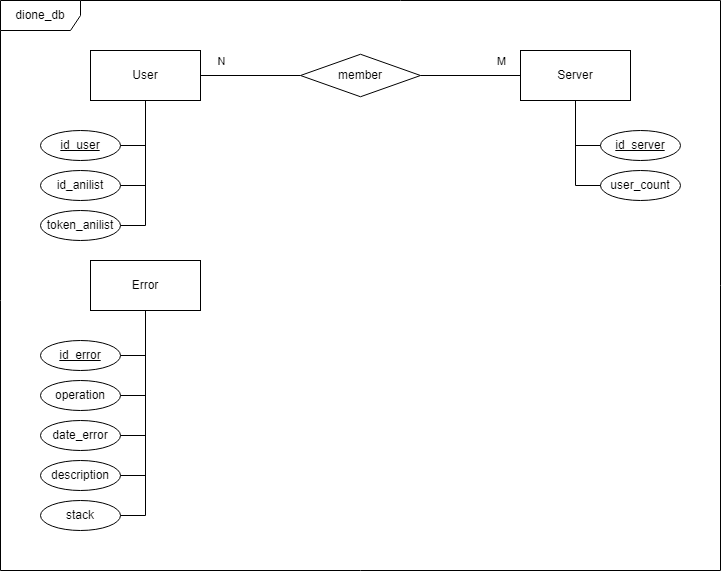
degetmateo/dione-db keeps this draw.io diagram as der_dione_db.png. Above is the earlier version. Source tidied: cells renumbered, new cells last; positions are measured from the earlier drawing's top-left corner, leaving out a move shared by most shapes.
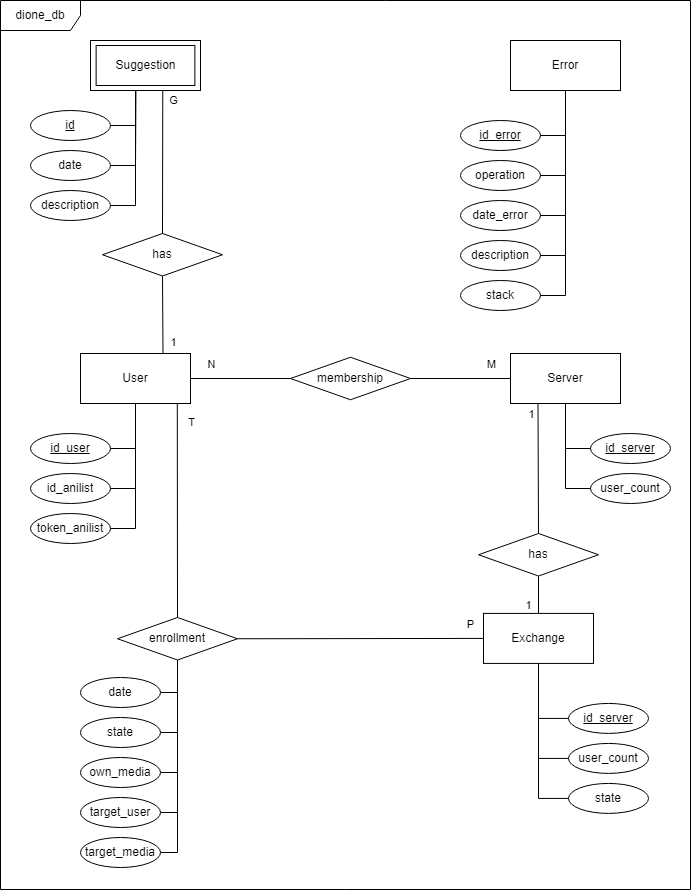
The same file after the commit.

Commit message:
table suggestion, function insert_suggestion, function get_timestamp

Change to the diagram source:
```diff
@@ -2,7 +2,7 @@
   <root>
     <mxCell id="0" />
     <mxCell id="1" parent="0" />
-    <mxCell id="2" value="User" style="html=1;whiteSpace=wrap;" parent="1" vertex="1">
+    <mxCell id="2" value="User" style="html=1;whiteSpace=wrap;points=[[0,0,0,0,0],[0,0.25,0,0,0],[0,0.5,0,0,0],[0,0.75,0,0,0],[0,1,0,0,0],[0.13,1,0,0,0],[0.25,0,0,0,0],[0.25,1,0,0,0],[0.38,1,0,0,0],[0.5,0,0,0,0],[0.5,1,0,0,0],[0.63,1,0,0,0],[0.75,0,0,0,0],[0.75,1,0,0,0],[0.88,1,0,0,0],[1,0,0,0,0],[1,0.25,0,0,0],[1,0.5,0,0,0],[1,0.75,0,0,0],[1,1,0,0,0]];" parent="1" vertex="1">
       <mxGeometry x="90" y="50" width="110" height="50" as="geometry" />
     </mxCell>
     <mxCell id="3" value="Server" style="html=1;whiteSpace=wrap;" parent="1" vertex="1">
@@ -28,7 +28,7 @@
         <mxPoint x="12" y="-15" as="offset" />
       </mxGeometry>
     </mxCell>
-    <mxCell id="10" value="member" style="rhombus;whiteSpace=wrap;html=1;" parent="1" vertex="1">
+    <mxCell id="10" value="membership" style="rhombus;whiteSpace=wrap;html=1;" parent="1" vertex="1">
       <mxGeometry x="300" y="53.8" width="120" height="42.5" as="geometry" />
     </mxCell>
     <mxCell id="11" style="endArrow=none;html=1;rounded=0;entryX=1;entryY=0.5;entryDx=0;entryDy=0;exitX=0;exitY=0.5;exitDx=0;exitDy=0;" parent="1" edge="1" source="3" target="10">
@@ -54,58 +54,58 @@
       </mxGeometry>
     </mxCell>
     <mxCell id="15" value="Error" style="html=1;whiteSpace=wrap;" parent="1" vertex="1">
-      <mxGeometry x="90" y="260" width="110" height="50" as="geometry" />
+      <mxGeometry x="520" y="-263" width="110" height="50" as="geometry" />
     </mxCell>
     <mxCell id="16" value="&lt;u&gt;id_error&lt;/u&gt;" style="ellipse;html=1;whiteSpace=wrap;" parent="1" vertex="1">
-      <mxGeometry x="40" y="340" width="80" height="30" as="geometry" />
+      <mxGeometry x="470" y="-183" width="80" height="30" as="geometry" />
     </mxCell>
     <mxCell id="17" value="operation" style="ellipse;html=1;whiteSpace=wrap;" parent="1" vertex="1">
-      <mxGeometry x="40" y="380" width="80" height="30" as="geometry" />
+      <mxGeometry x="470" y="-143" width="80" height="30" as="geometry" />
     </mxCell>
     <mxCell id="18" value="date_error" style="ellipse;html=1;whiteSpace=wrap;" parent="1" vertex="1">
-      <mxGeometry x="40" y="420" width="80" height="30" as="geometry" />
+      <mxGeometry x="470" y="-103" width="80" height="30" as="geometry" />
     </mxCell>
     <mxCell id="19" value="description" style="ellipse;html=1;whiteSpace=wrap;" parent="1" vertex="1">
-      <mxGeometry x="40" y="460" width="80" height="30" as="geometry" />
+      <mxGeometry x="470" y="-63" width="80" height="30" as="geometry" />
     </mxCell>
     <mxCell id="20" style="endArrow=none;html=1;rounded=0;entryX=0.5;entryY=1;entryDx=0;entryDy=0;exitX=1;exitY=0.5;exitDx=0;exitDy=0;" parent="1" edge="1" source="16" target="15">
       <mxGeometry relative="1" as="geometry">
         <Array as="points">
-          <mxPoint x="145" y="355" />
+          <mxPoint x="575" y="-168" />
         </Array>
       </mxGeometry>
     </mxCell>
     <mxCell id="21" style="endArrow=none;html=1;rounded=0;entryX=0.5;entryY=1;entryDx=0;entryDy=0;exitX=1;exitY=0.5;exitDx=0;exitDy=0;" parent="1" edge="1" source="17" target="15">
       <mxGeometry relative="1" as="geometry">
         <Array as="points">
-          <mxPoint x="145" y="395" />
+          <mxPoint x="575" y="-128" />
         </Array>
       </mxGeometry>
     </mxCell>
     <mxCell id="22" style="endArrow=none;html=1;rounded=0;entryX=0.5;entryY=1;entryDx=0;entryDy=0;exitX=1;exitY=0.5;exitDx=0;exitDy=0;" parent="1" edge="1" source="18" target="15">
       <mxGeometry relative="1" as="geometry">
         <Array as="points">
-          <mxPoint x="145" y="435" />
+          <mxPoint x="575" y="-88" />
         </Array>
       </mxGeometry>
     </mxCell>
     <mxCell id="23" style="endArrow=none;html=1;rounded=0;entryX=0.5;entryY=1;entryDx=0;entryDy=0;exitX=1;exitY=0.5;exitDx=0;exitDy=0;" parent="1" edge="1" source="19" target="15">
       <mxGeometry relative="1" as="geometry">
         <Array as="points">
-          <mxPoint x="145" y="475" />
+          <mxPoint x="575" y="-48" />
         </Array>
       </mxGeometry>
     </mxCell>
     <mxCell id="24" value="dione_db" style="shape=umlFrame;whiteSpace=wrap;html=1;width=80;height=30;" parent="1" vertex="1">
-      <mxGeometry width="720" height="570" as="geometry" />
+      <mxGeometry x="10" y="-303" width="690" height="889" as="geometry" />
     </mxCell>
     <mxCell id="25" value="stack" style="ellipse;html=1;whiteSpace=wrap;" parent="1" vertex="1">
-      <mxGeometry x="40" y="500" width="80" height="30" as="geometry" />
+      <mxGeometry x="470" y="-23" width="80" height="30" as="geometry" />
     </mxCell>
     <mxCell id="26" style="endArrow=none;html=1;rounded=0;exitX=0.5;exitY=1;exitDx=0;exitDy=0;entryX=1;entryY=0.5;entryDx=0;entryDy=0;" parent="1" edge="1" source="15" target="25">
       <mxGeometry relative="1" as="geometry">
         <Array as="points">
-          <mxPoint x="145" y="515" />
+          <mxPoint x="575" y="-8" />
         </Array>
       </mxGeometry>
     </mxCell>
@@ -133,5 +133,184 @@
         </Array>
       </mxGeometry>
     </mxCell>
+    <mxCell id="31" value="Exchange" style="html=1;whiteSpace=wrap;" parent="1" vertex="1">
+      <mxGeometry x="493" y="309.9" width="110" height="50" as="geometry" />
+    </mxCell>
+    <mxCell id="32" style="endArrow=none;html=1;rounded=0;entryX=0.25;entryY=1;entryDx=0;entryDy=0;exitX=0.5;exitY=0;exitDx=0;exitDy=0;" parent="1" edge="1" source="41" target="3">
+      <mxGeometry relative="1" as="geometry" />
+    </mxCell>
+    <mxCell id="33" value="1" style="edgeLabel;html=1;align=center;verticalAlign=middle;" parent="32" vertex="1">
+      <mxGeometry x="0.88" y="2" relative="1" as="geometry">
+        <mxPoint x="-5" y="2" as="offset" />
+      </mxGeometry>
+    </mxCell>
+    <mxCell id="34" style="endArrow=none;html=1;rounded=0;entryX=0.5;entryY=1;entryDx=0;entryDy=0;exitX=0.5;exitY=0;exitDx=0;exitDy=0;" parent="1" edge="1" source="31" target="41">
+      <mxGeometry relative="1" as="geometry" />
+    </mxCell>
+    <mxCell id="35" value="1" style="edgeLabel;html=1;align=center;verticalAlign=middle;" parent="34" vertex="1">
+      <mxGeometry x="-0.54" y="2" relative="1" as="geometry">
+        <mxPoint x="-9" as="offset" />
+      </mxGeometry>
+    </mxCell>
+    <mxCell id="36" value="enrollment" style="rhombus;whiteSpace=wrap;html=1;" parent="1" vertex="1">
+      <mxGeometry x="127" y="314" width="120" height="42.5" as="geometry" />
+    </mxCell>
+    <mxCell id="37" style="endArrow=none;html=1;rounded=0;entryX=0.88;entryY=1;entryDx=0;entryDy=0;exitX=0.5;exitY=0;exitDx=0;exitDy=0;entryPerimeter=0;" parent="1" edge="1" source="36" target="2">
+      <mxGeometry relative="1" as="geometry" />
+    </mxCell>
+    <mxCell id="38" value="T" style="edgeLabel;html=1;align=center;verticalAlign=middle;" parent="37" vertex="1">
+      <mxGeometry x="0.6" y="3" relative="1" as="geometry">
+        <mxPoint x="16" y="-24" as="offset" />
+      </mxGeometry>
+    </mxCell>
+    <mxCell id="39" style="endArrow=none;html=1;rounded=0;entryX=1;entryY=0.5;entryDx=0;entryDy=0;exitX=0;exitY=0.5;exitDx=0;exitDy=0;" parent="1" edge="1" source="31" target="36">
+      <mxGeometry relative="1" as="geometry" />
+    </mxCell>
+    <mxCell id="40" value="P" style="edgeLabel;html=1;align=center;verticalAlign=middle;" parent="39" vertex="1">
+      <mxGeometry x="-0.83" y="-1" relative="1" as="geometry">
+        <mxPoint x="8" y="-14" as="offset" />
+      </mxGeometry>
+    </mxCell>
+    <mxCell id="41" value="has" style="rhombus;whiteSpace=wrap;html=1;" parent="1" vertex="1">
+      <mxGeometry x="488" y="230" width="120" height="42.5" as="geometry" />
+    </mxCell>
+    <mxCell id="42" value="&lt;u&gt;id_server&lt;/u&gt;" style="ellipse;html=1;whiteSpace=wrap;" parent="1" vertex="1">
+      <mxGeometry x="578" y="399.9" width="80" height="30" as="geometry" />
+    </mxCell>
+    <mxCell id="43" value="user_count" style="ellipse;html=1;whiteSpace=wrap;" parent="1" vertex="1">
+      <mxGeometry x="578" y="439.9" width="80" height="30" as="geometry" />
+    </mxCell>
+    <mxCell id="44" value="state" style="ellipse;html=1;whiteSpace=wrap;" parent="1" vertex="1">
+      <mxGeometry x="578" y="479.9" width="80" height="30" as="geometry" />
+    </mxCell>
+    <mxCell id="45" style="endArrow=none;html=1;rounded=0;entryX=0.5;entryY=1;entryDx=0;entryDy=0;exitX=0;exitY=0.5;exitDx=0;exitDy=0;" parent="1" edge="1" source="42" target="31">
+      <mxGeometry relative="1" as="geometry">
+        <Array as="points">
+          <mxPoint x="548" y="414.9" />
+        </Array>
+      </mxGeometry>
+    </mxCell>
+    <mxCell id="46" style="endArrow=none;html=1;rounded=0;entryX=0.5;entryY=1;entryDx=0;entryDy=0;exitX=0;exitY=0.5;exitDx=0;exitDy=0;" parent="1" edge="1" source="43" target="31">
+      <mxGeometry relative="1" as="geometry">
+        <Array as="points">
+          <mxPoint x="548" y="454.9" />
+        </Array>
+      </mxGeometry>
+    </mxCell>
+    <mxCell id="47" style="endArrow=none;html=1;rounded=0;entryX=0.5;entryY=1;entryDx=0;entryDy=0;exitX=0;exitY=0.5;exitDx=0;exitDy=0;" parent="1" edge="1" source="44" target="31">
+      <mxGeometry relative="1" as="geometry">
+        <Array as="points">
+          <mxPoint x="548" y="494.9" />
+        </Array>
+      </mxGeometry>
+    </mxCell>
+    <mxCell id="48" value="date" style="ellipse;html=1;whiteSpace=wrap;" parent="1" vertex="1">
+      <mxGeometry x="90" y="374" width="80" height="30" as="geometry" />
+    </mxCell>
+    <mxCell id="49" value="state" style="ellipse;html=1;whiteSpace=wrap;" parent="1" vertex="1">
+      <mxGeometry x="90" y="414" width="80" height="30" as="geometry" />
+    </mxCell>
+    <mxCell id="50" value="target_user" style="ellipse;html=1;whiteSpace=wrap;" parent="1" vertex="1">
+      <mxGeometry x="90" y="494" width="80" height="30" as="geometry" />
+    </mxCell>
+    <mxCell id="51" value="target_media" style="ellipse;html=1;whiteSpace=wrap;" parent="1" vertex="1">
+      <mxGeometry x="90" y="534" width="80" height="30" as="geometry" />
+    </mxCell>
+    <mxCell id="52" value="own_media" style="ellipse;html=1;whiteSpace=wrap;" parent="1" vertex="1">
+      <mxGeometry x="90" y="454" width="80" height="30" as="geometry" />
+    </mxCell>
+    <mxCell id="53" style="endArrow=none;html=1;rounded=0;entryX=0.5;entryY=1;entryDx=0;entryDy=0;exitX=1;exitY=0.5;exitDx=0;exitDy=0;" parent="1" edge="1" source="48" target="36">
+      <mxGeometry relative="1" as="geometry">
+        <Array as="points">
+          <mxPoint x="187" y="389" />
+        </Array>
+      </mxGeometry>
+    </mxCell>
+    <mxCell id="54" style="endArrow=none;html=1;rounded=0;entryX=0.5;entryY=1;entryDx=0;entryDy=0;exitX=1;exitY=0.5;exitDx=0;exitDy=0;" parent="1" edge="1" source="49" target="36">
+      <mxGeometry relative="1" as="geometry">
+        <Array as="points">
+          <mxPoint x="187" y="429" />
+        </Array>
+      </mxGeometry>
+    </mxCell>
+    <mxCell id="55" style="endArrow=none;html=1;rounded=0;entryX=0.5;entryY=1;entryDx=0;entryDy=0;exitX=1;exitY=0.5;exitDx=0;exitDy=0;" parent="1" edge="1" source="52" target="36">
+      <mxGeometry relative="1" as="geometry">
+        <Array as="points">
+          <mxPoint x="187" y="469" />
+        </Array>
+      </mxGeometry>
+    </mxCell>
+    <mxCell id="56" style="endArrow=none;html=1;rounded=0;entryX=0.5;entryY=1;entryDx=0;entryDy=0;exitX=1;exitY=0.5;exitDx=0;exitDy=0;" parent="1" edge="1" source="50" target="36">
+      <mxGeometry relative="1" as="geometry">
+        <Array as="points">
+          <mxPoint x="187" y="509" />
+        </Array>
+      </mxGeometry>
+    </mxCell>
+    <mxCell id="57" style="endArrow=none;html=1;rounded=0;entryX=0.5;entryY=1;entryDx=0;entryDy=0;exitX=1;exitY=0.5;exitDx=0;exitDy=0;" parent="1" edge="1" source="51" target="36">
+      <mxGeometry relative="1" as="geometry">
+        <Array as="points">
+          <mxPoint x="187" y="549" />
+        </Array>
+      </mxGeometry>
+    </mxCell>
+    <mxCell id="58" value="has" style="rhombus;whiteSpace=wrap;html=1;" parent="1" vertex="1">
+      <mxGeometry x="112" y="-70" width="120" height="42.5" as="geometry" />
+    </mxCell>
+    <mxCell id="59" style="endArrow=none;html=1;rounded=0;entryX=0.5;entryY=1;entryDx=0;entryDy=0;exitX=0.75;exitY=0;exitDx=0;exitDy=0;exitPerimeter=0;" parent="1" edge="1" source="2" target="58">
+      <mxGeometry relative="1" as="geometry" />
+    </mxCell>
+    <mxCell id="60" value="1" style="edgeLabel;html=1;align=center;verticalAlign=middle;" parent="59" vertex="1">
+      <mxGeometry x="-0.68" y="2" relative="1" as="geometry">
+        <mxPoint x="12" y="1" as="offset" />
+      </mxGeometry>
+    </mxCell>
+    <mxCell id="61" style="endArrow=none;html=1;rounded=0;entryX=0.657;entryY=1.001;entryDx=0;entryDy=0;entryPerimeter=0;exitX=0.5;exitY=0;exitDx=0;exitDy=0;" parent="1" edge="1" source="58" target="69">
+      <mxGeometry relative="1" as="geometry" />
+    </mxCell>
+    <mxCell id="62" value="G" style="edgeLabel;html=1;align=center;verticalAlign=middle;" parent="61" vertex="1">
+      <mxGeometry x="0.75" y="2" relative="1" as="geometry">
+        <mxPoint x="12" y="-8" as="offset" />
+      </mxGeometry>
+    </mxCell>
+    <mxCell id="63" value="&lt;u&gt;id&lt;/u&gt;" style="ellipse;html=1;whiteSpace=wrap;" parent="1" vertex="1">
+      <mxGeometry x="40" y="-193" width="80" height="30" as="geometry" />
+    </mxCell>
+    <mxCell id="64" value="description" style="ellipse;html=1;whiteSpace=wrap;" parent="1" vertex="1">
+      <mxGeometry x="40" y="-113" width="80" height="30" as="geometry" />
+    </mxCell>
+    <mxCell id="65" style="endArrow=none;html=1;rounded=0;entryX=0.5;entryY=1;entryDx=0;entryDy=0;entryPerimeter=0;exitX=1;exitY=0.5;exitDx=0;exitDy=0;" parent="1" edge="1" source="63">
+      <mxGeometry relative="1" as="geometry">
+        <mxPoint x="145" y="-250" as="targetPoint" />
+        <Array as="points">
+          <mxPoint x="145" y="-178" />
+          <mxPoint x="145" y="-215" />
+        </Array>
+      </mxGeometry>
+    </mxCell>
+    <mxCell id="66" style="endArrow=none;html=1;rounded=0;entryX=0.5;entryY=1;entryDx=0;entryDy=0;entryPerimeter=0;exitX=1;exitY=0.5;exitDx=0;exitDy=0;" parent="1" edge="1" source="64">
+      <mxGeometry relative="1" as="geometry">
+        <mxPoint x="145" y="-250" as="targetPoint" />
+        <Array as="points">
+          <mxPoint x="145" y="-98" />
+        </Array>
+      </mxGeometry>
+    </mxCell>
+    <mxCell id="67" value="date" style="ellipse;html=1;whiteSpace=wrap;" parent="1" vertex="1">
+      <mxGeometry x="40" y="-153" width="80" height="30" as="geometry" />
+    </mxCell>
+    <mxCell id="68" style="endArrow=none;html=1;rounded=0;entryX=0.413;entryY=1.001;entryDx=0;entryDy=0;entryPerimeter=0;exitX=1;exitY=0.5;exitDx=0;exitDy=0;" parent="1" edge="1" source="67" target="69">
+      <mxGeometry relative="1" as="geometry">
+        <Array as="points">
+          <mxPoint x="145" y="-138" />
+        </Array>
+      </mxGeometry>
+    </mxCell>
+    <mxCell id="69" style="html=1;whiteSpace=wrap;points=[[0,0,0,0,0],[0,0.25,0,0,0],[0,0.5,0,0,0],[0,0.75,0,0,0],[0,1,0,0,0],[0.13,1,0,0,0],[0.25,0,0,0,0],[0.25,1,0,0,0],[0.38,1,0,0,0],[0.5,0,0,0,0],[0.5,1,0,0,0],[0.63,1,0,0,0],[0.75,0,0,0,0],[0.75,1,0,0,0],[0.88,1,0,0,0],[1,0,0,0,0],[1,0.25,0,0,0],[1,0.5,0,0,0],[1,0.75,0,0,0],[1,1,0,0,0]];fillColor=default;" parent="1" vertex="1">
+      <mxGeometry x="100" y="-263" width="110" height="50" as="geometry" />
+    </mxCell>
+    <mxCell id="70" value="Suggestion" style="html=1;whiteSpace=wrap;fillColor=default;" parent="1" vertex="1">
+      <mxGeometry x="105.6" y="-258" width="98.8" height="40" as="geometry" />
+    </mxCell>
   </root>
 </mxGraphModel>
```
